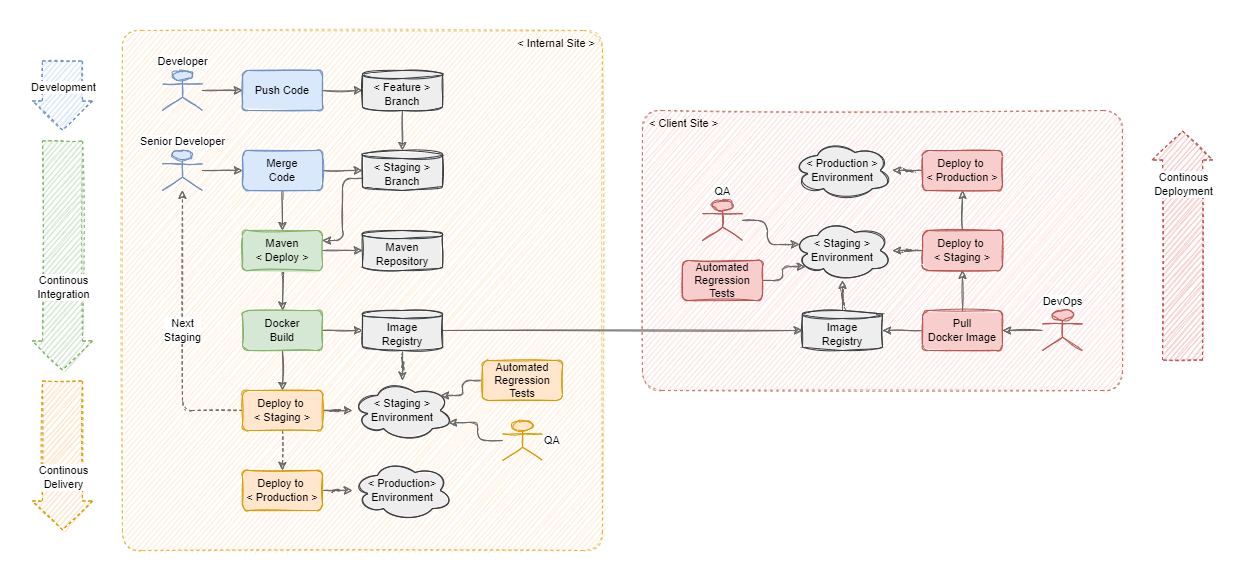
Earlier version of the draw.io export cicd-pipeline-01-Complete-Flow.png (andylke/docs-cicd-pipeline). Source tidied: cells renumbered, new cells last; positions are measured from the earlier drawing's top-left corner, leaving out a move shared by most shapes.
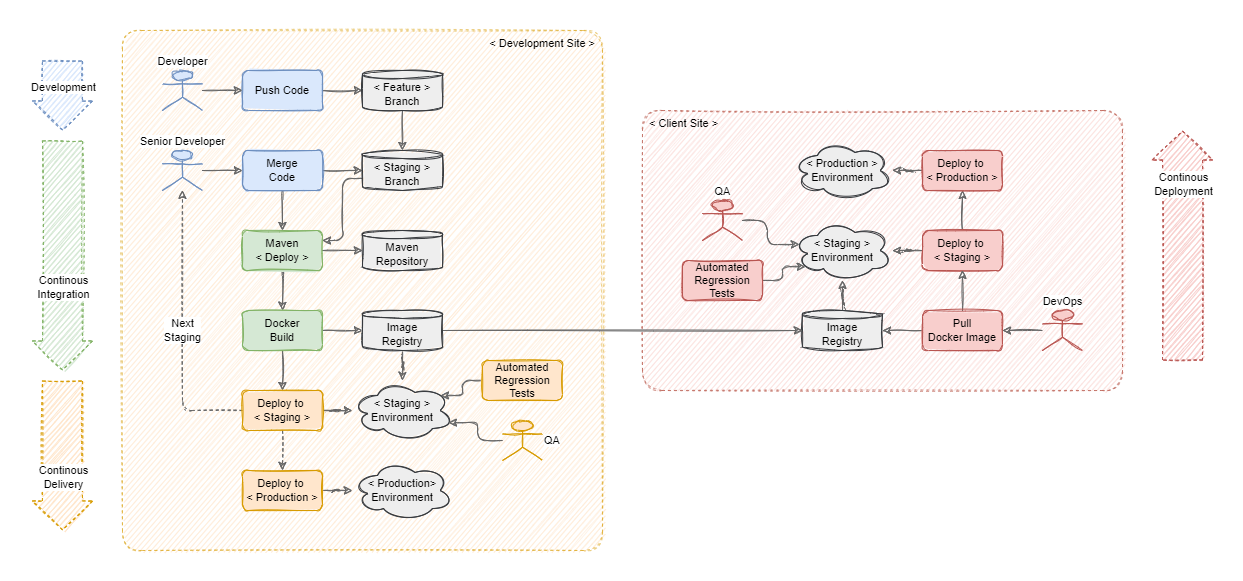
The same diagram one commit later.

Commit message:
Update diagram labeling

Diff of the diagram source:
```diff
@@ -2,7 +2,7 @@
   <root>
     <mxCell id="0" />
     <mxCell id="1" parent="0" />
-    <mxCell id="2" value="&amp;lt; Internal Site &amp;gt;" style="rounded=1;whiteSpace=wrap;html=1;dashed=1;sketch=1;fillStyle=hachure;fontSize=11;fillColor=#ffe6cc;opacity=50;strokeColor=#d79b00;arcSize=4;align=right;verticalAlign=top;spacingRight=5;spacingTop=0;" parent="1" vertex="1">
+    <mxCell id="2" value="&amp;lt; Development Site &amp;gt;" style="rounded=1;whiteSpace=wrap;html=1;dashed=1;sketch=1;fillStyle=hachure;fontSize=11;fillColor=#ffe6cc;opacity=50;strokeColor=#d79b00;arcSize=4;align=right;verticalAlign=top;spacingRight=5;spacingTop=0;" parent="1" vertex="1">
       <mxGeometry x="60" width="480" height="520" as="geometry" />
     </mxCell>
     <mxCell id="3" value="&amp;lt; Client Site &amp;gt;" style="rounded=1;whiteSpace=wrap;html=1;dashed=1;sketch=1;fillStyle=hachure;fontSize=11;fillColor=#fad9d5;strokeColor=#ae4132;arcSize=7;opacity=50;align=left;labelPosition=center;verticalLabelPosition=middle;verticalAlign=top;spacingLeft=5;" parent="1" vertex="1">
```
